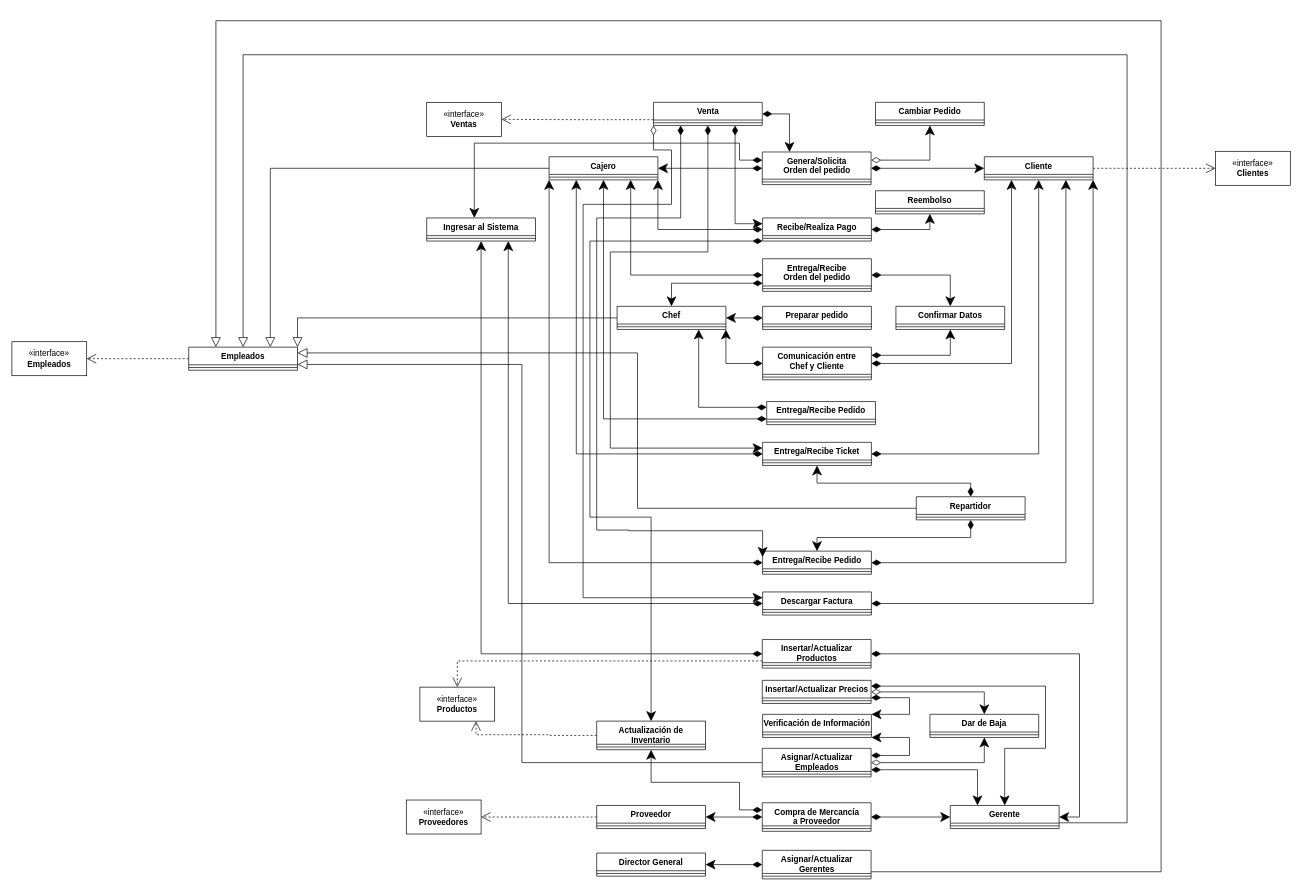
LuisRV16/Proyecto-IS-Sistema-de-Ventas-de-Reposteria keeps this draw.io diagram as Diagrama_de_clases/Diagrama_de_clases_Sistema_de_Ventas_de_Reposteria.drawio. Above is the earlier version. Source tidied: cells renumbered, new cells numbered last; positions are measured from the earlier drawing's top-left corner, leaving out a move shared by most shapes. Both pictures are drawn from the tidied source at 68%, with x=0, y=0 at pixel (12, 20).
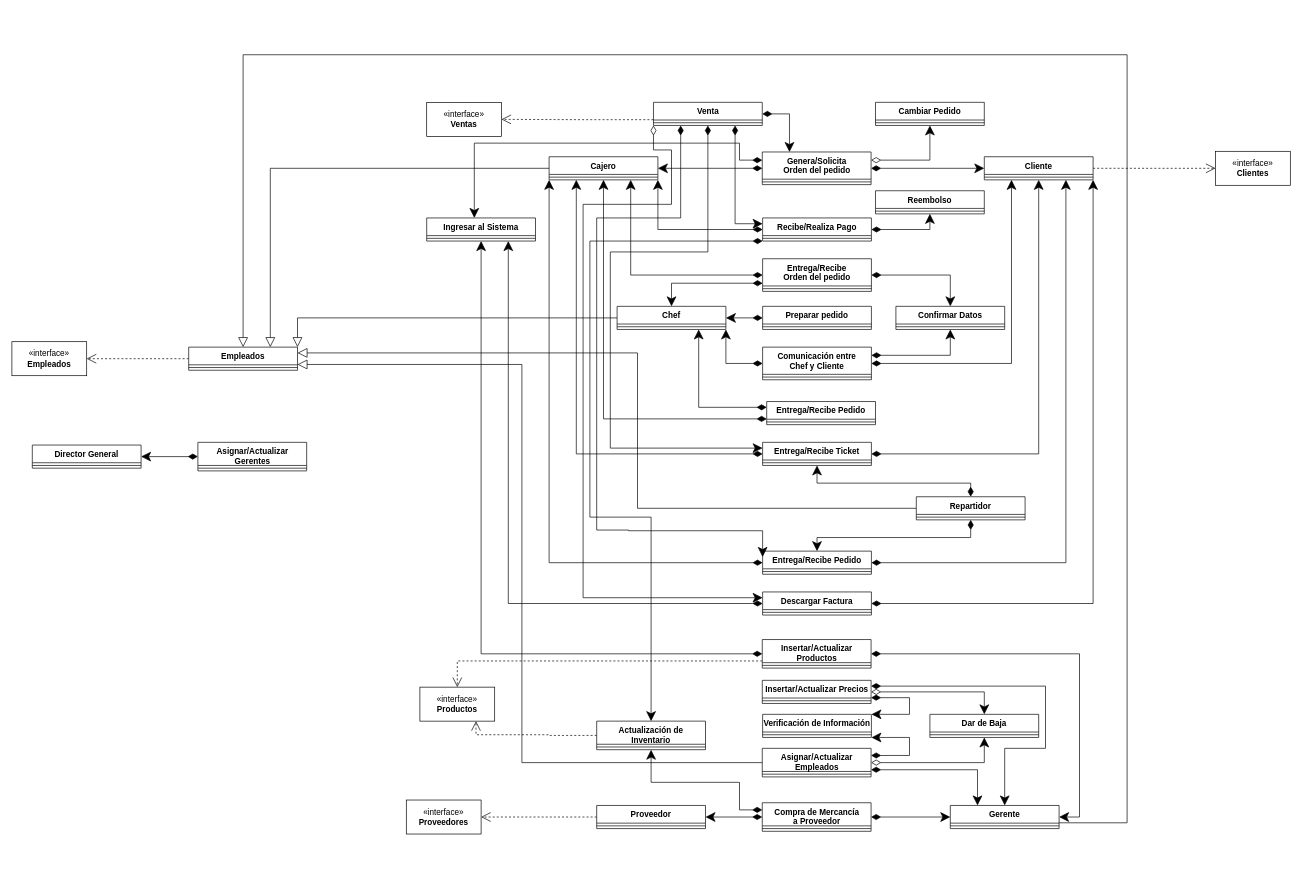
Above is the later version.

The change refers to these unchanged cells:
```xml
<mxCell id="118" value="Empleados" style="swimlane;fontStyle=1;align=center;verticalAlign=top;horizontal=1;startSize=26;whiteSpace=wrap;html=1;" parent="1" vertex="1">
  <mxGeometry x="260" y="480" width="160" height="34" as="geometry" />
</mxCell>
```

The edit, as a diff of the source:
```diff
@@
-    <mxCell id="61" style="edgeStyle=orthogonalEdgeStyle;rounded=0;jettySize=auto;html=1;exitX=1;exitY=0.75;exitDx=0;exitDy=0;entryX=0.25;entryY=0;entryDx=0;entryDy=0;endArrow=block;endFill=0;endSize=12;" parent="1" edge="1" source="62" target="118">
-      <mxGeometry relative="1" as="geometry">
-        <Array as="points">
-          <mxPoint x="1690" y="1252" />
-          <mxPoint x="1690" />
-          <mxPoint x="300" />
-        </Array>
-      </mxGeometry>
-    </mxCell>
     <mxCell id="62" value="Asignar/Actualizar Gerentes" style="swimlane;fontStyle=1;align=center;verticalAlign=top;horizontal=1;startSize=34;whiteSpace=wrap;html=1;" parent="1" vertex="1">
-      <mxGeometry x="1103.5" y="1220" width="160" height="42" as="geometry" />
+      <mxGeometry x="273.5" y="620" width="160" height="42" as="geometry" />
     </mxCell>
@@
     <mxCell id="64" value="Director General" style="swimlane;fontStyle=1;align=center;verticalAlign=top;horizontal=1;startSize=26;whiteSpace=wrap;html=1;" parent="1" vertex="1">
-      <mxGeometry x="860" y="1224" width="160" height="34" as="geometry" />
+      <mxGeometry x="30" y="624" width="160" height="34" as="geometry" />
     </mxCell>
```
